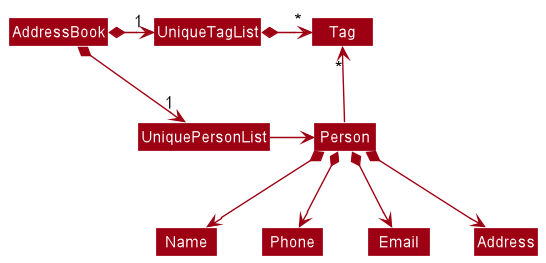
The PlantUML diagram docs/images/BetterModelClassDiagram.png in nus-cs2103-AY2223S1/tp, before a commit.
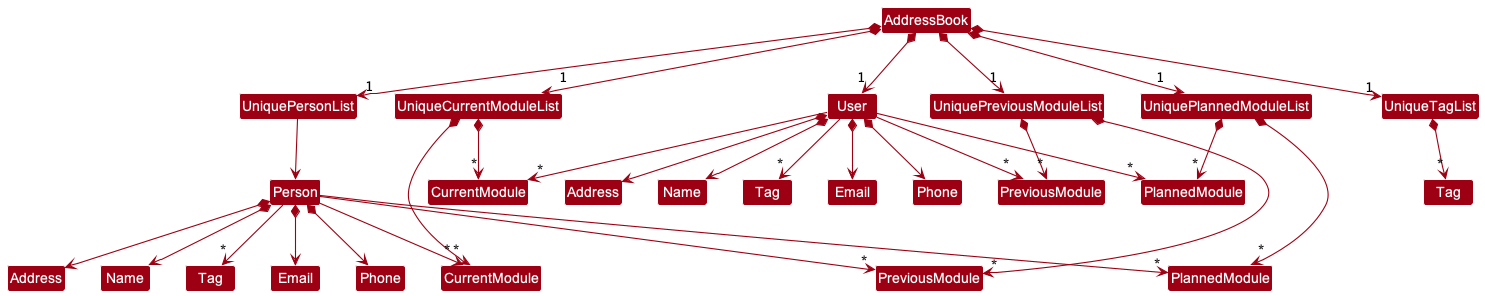
Later version of the same file.

Commit message:
Update DG: Model UML to include Module and Module Class writeup

Diff of the diagram source:
```diff
@@ -4,18 +4,59 @@
 skinparam arrowColor MODEL_COLOR
 skinparam classBackgroundColor MODEL_COLOR
 
-AddressBook *-right-> "1" UniquePersonList
-AddressBook *-right-> "1" UniqueTagList
-UniqueTagList -[hidden]down- UniquePersonList
-UniqueTagList -[hidden]down- UniquePersonList
+Class "Name" as PersonName
+Class "Name" as UserName
+Class "Tag" as PersonTag
+Class "Tag" as UserTag
+Class "Email" as PersonEmail
+Class "Email" as UserEmail
+Class "Phone" as PersonPhone
+Class "Phone" as UserPhone
+Class "Address" as PersonAddress
+Class "Address" as UserAddress
+Class "CurrentModule" as PersonCurrentModule
+Class "CurrentModule" as UserCurrentModule
+Class "PreviousModule" as PersonPreviousModule
+Class "PreviousModule" as UserPreviousModule
+Class "PlannedModule" as PersonPlannedModule
+Class "PlannedModule" as UserPlannedModule
 
-UniqueTagList *-right-> "*" Tag
-UniquePersonList -right-> Person
 
-Person -up-> "*" Tag
+AddressBook *--> "1" UniquePersonList
+AddressBook *--> "1" UniqueTagList
+AddressBook *--> "1" UniqueCurrentModuleList
+AddressBook *--> "1" UniquePreviousModuleList
+AddressBook *--> "1" UniquePlannedModuleList
+AddressBook *--> "1" User
 
-Person *--> Name
-Person *--> Phone
-Person *--> Email
-Person *--> Address
+
+UniqueTagList *--> "*" Tag
+UniquePersonList --> Person
+
+UniqueCurrentModuleList *--> "*" PersonCurrentModule
+UniquePreviousModuleList *--> "*" PersonPreviousModule
+UniquePlannedModuleList *--> "*" PersonPlannedModule
+UniqueCurrentModuleList *--> "*" UserCurrentModule
+UniquePreviousModuleList *--> "*" UserPreviousModule
+UniquePlannedModuleList *--> "*" UserPlannedModule
+
+Person --> "*" PersonTag
+Person --> "*" PersonCurrentModule
+Person --> "*" PersonPlannedModule
+Person --> "*" PersonPreviousModule
+
+Person *--> PersonName
+Person *--> PersonPhone
+Person *--> PersonEmail
+Person *--> PersonAddress
+
+User --> "*" UserTag
+User --> "*" UserCurrentModule
+User --> "*" UserPlannedModule
+User --> "*" UserPreviousModule
+
+User *--> UserName
+User *--> UserPhone
+User *--> UserEmail
+User *--> UserAddress
 @enduml
```
